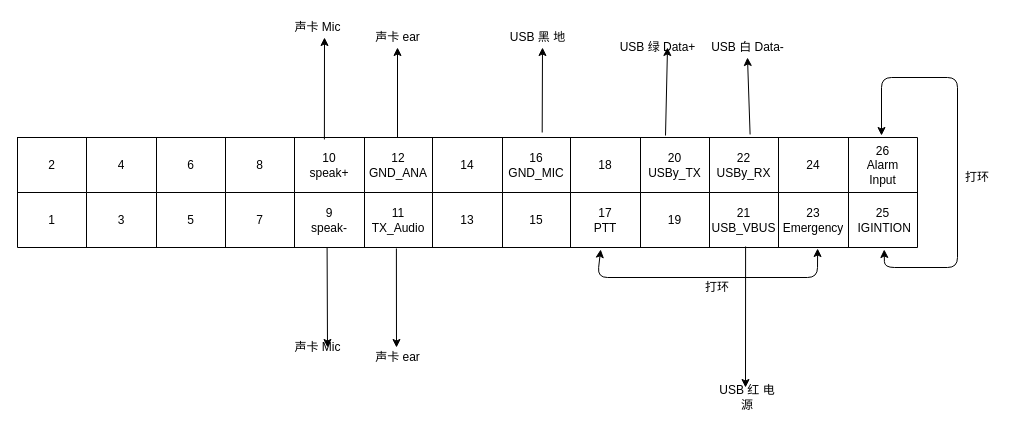
xibeidong/DrawIO keeps this draw.io diagram as Untitled Diagram.drawio. Above is the earlier version. Source tidied: cells renumbered, new cells numbered last; positions are measured from the earlier drawing's top-left corner, leaving out a move shared by most shapes. Both pictures are drawn from the tidied source at 100%, with x=0, y=0 at pixel (17, 17).
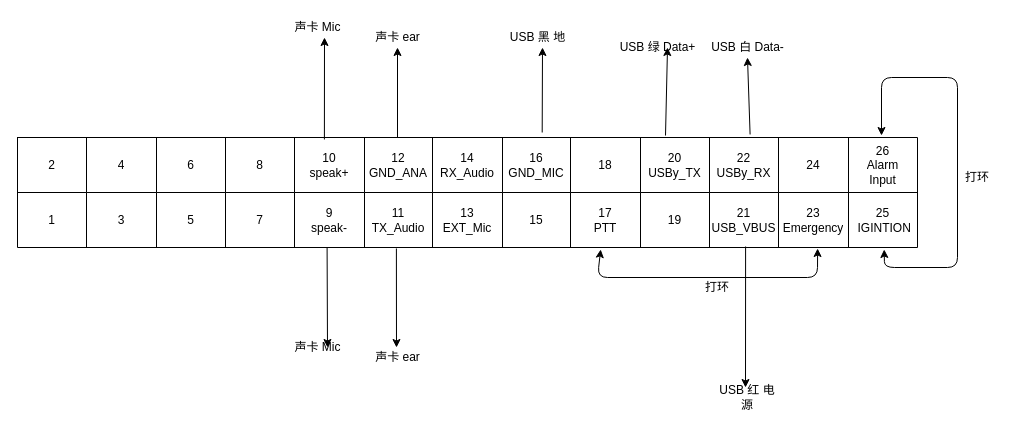
After the change.

The change refers to these unchanged cells:
```xml
<mxCell id="3" style="shape=partialRectangle;html=1;whiteSpace=wrap;fillColor=none;top=0;left=0;bottom=0;right=0;points=[[0,0.5],[1,0.5]];portConstraint=eastwest;" parent="2" vertex="1">
  <mxGeometry width="900" height="55" as="geometry" />
</mxCell>
<mxCell id="17" style="shape=partialRectangle;html=1;whiteSpace=wrap;fillColor=none;top=0;left=0;bottom=0;right=0;points=[[0,0.5],[1,0.5]];portConstraint=eastwest;" parent="2" vertex="1">
  <mxGeometry y="55" width="900" height="55" as="geometry" />
</mxCell>
```

The edit, as a diff of the source:
```diff
@@
-    <mxCell id="10" value="14" style="shape=partialRectangle;html=1;whiteSpace=wrap;overflow=hidden;fillColor=none;top=0;left=0;bottom=0;right=0;" parent="3" vertex="1">
+    <mxCell id="10" value="14&lt;br&gt;RX_Audio" style="shape=partialRectangle;html=1;whiteSpace=wrap;overflow=hidden;fillColor=none;top=0;left=0;bottom=0;right=0;" parent="3" vertex="1">
       <mxGeometry x="415" width="70" height="55" as="geometry" />
     </mxCell>
@@
-    <mxCell id="24" value="13" style="shape=partialRectangle;html=1;whiteSpace=wrap;overflow=hidden;fillColor=none;top=0;left=0;bottom=0;right=0;" parent="17" vertex="1">
+    <mxCell id="24" value="13&lt;br&gt;EXT_Mic" style="shape=partialRectangle;html=1;whiteSpace=wrap;overflow=hidden;fillColor=none;top=0;left=0;bottom=0;right=0;" parent="17" vertex="1">
       <mxGeometry x="415" width="70" height="55" as="geometry" />
     </mxCell>
```
